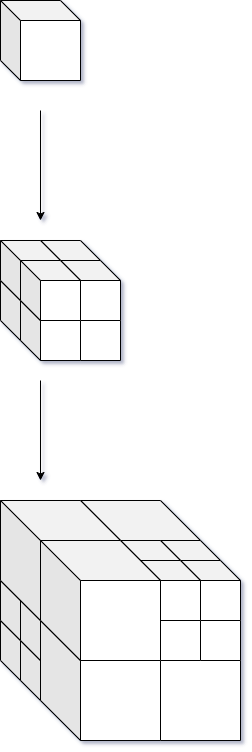
Before: draws/octree1.png, a diagram exported from draw.io (cozmo-zh/zearches). Source tidied: cells renumbered, new cells last; positions are measured from the earlier drawing's top-left corner, leaving out a move shared by most shapes.
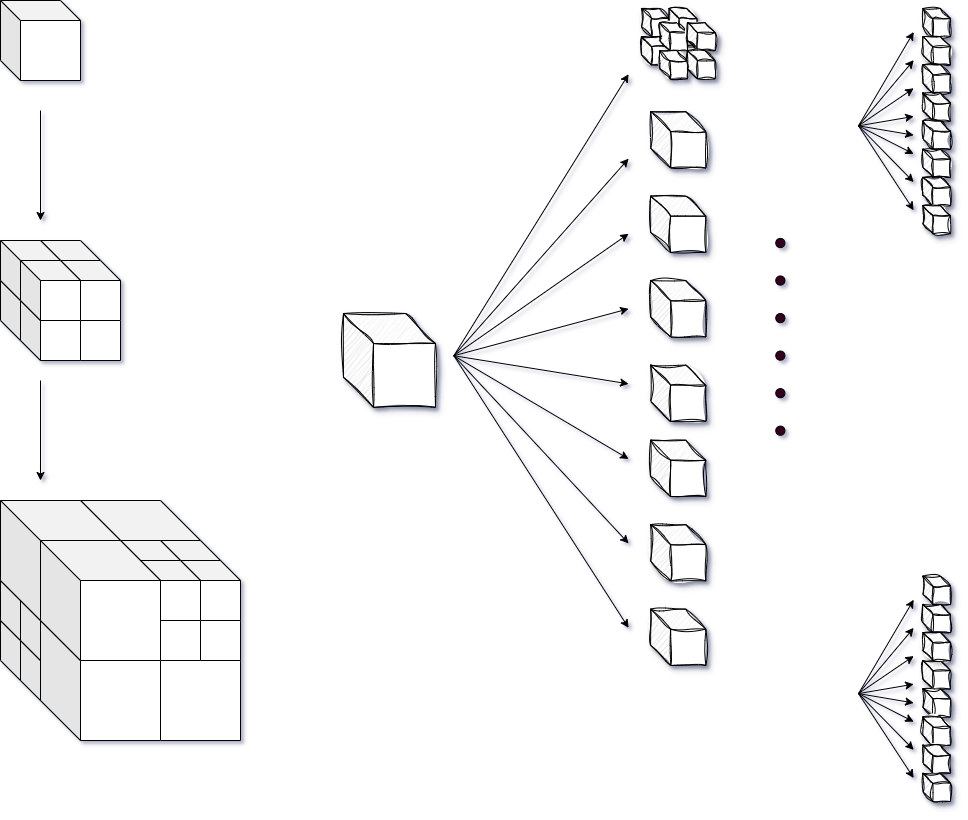
Later version of the same file.

What changed in the source:
```diff
@@ -140,5 +140,293 @@
     <mxCell id="45" style="shape=cube;whiteSpace=wrap;html=1;boundedLbl=1;backgroundOutline=1;darkOpacity=0.05;darkOpacity2=0.1;size=40;" parent="31" vertex="1">
       <mxGeometry x="40" y="40" width="120" height="120" as="geometry" />
     </mxCell>
+    <mxCell id="46" style="group;" parent="1" vertex="1">
+      <mxGeometry x="343" y="8" width="607" height="793" as="geometry" />
+    </mxCell>
+    <mxCell id="47" style="group;sketch=1;curveFitting=1;jiggle=2;shadow=1;" parent="46" vertex="1">
+      <mxGeometry x="298" width="73.6" height="70.4" as="geometry" />
+    </mxCell>
+    <mxCell id="48" style="shape=cube;whiteSpace=wrap;html=1;boundedLbl=1;backgroundOutline=1;darkOpacity=0.05;darkOpacity2=0.1;size=10;sketch=1;curveFitting=1;jiggle=2;shadow=1;" parent="47" vertex="1">
+      <mxGeometry width="27.6" height="28.2" as="geometry" />
+    </mxCell>
+    <mxCell id="49" style="shape=cube;whiteSpace=wrap;html=1;boundedLbl=1;backgroundOutline=1;darkOpacity=0.05;darkOpacity2=0.1;size=10;sketch=1;curveFitting=1;jiggle=2;shadow=1;" parent="47" vertex="1">
+      <mxGeometry x="27.6" width="27.6" height="28.2" as="geometry" />
+    </mxCell>
+    <mxCell id="50" style="shape=cube;whiteSpace=wrap;html=1;boundedLbl=1;backgroundOutline=1;darkOpacity=0.05;darkOpacity2=0.1;size=10;sketch=1;curveFitting=1;jiggle=2;shadow=1;" parent="47" vertex="1">
+      <mxGeometry y="28.2" width="27.6" height="28.2" as="geometry" />
+    </mxCell>
+    <mxCell id="51" style="shape=cube;whiteSpace=wrap;html=1;boundedLbl=1;backgroundOutline=1;darkOpacity=0.05;darkOpacity2=0.1;size=10;sketch=1;curveFitting=1;jiggle=2;shadow=1;" parent="47" vertex="1">
+      <mxGeometry x="27.6" y="28.2" width="27.6" height="28.2" as="geometry" />
+    </mxCell>
+    <mxCell id="52" style="group;sketch=1;curveFitting=1;jiggle=2;shadow=1;" parent="47" vertex="1">
+      <mxGeometry x="18.4" y="14.1" width="55.2" height="56.3" as="geometry" />
+    </mxCell>
+    <mxCell id="53" style="shape=cube;whiteSpace=wrap;html=1;boundedLbl=1;backgroundOutline=1;darkOpacity=0.05;darkOpacity2=0.1;size=10;sketch=1;curveFitting=1;jiggle=2;shadow=1;" parent="52" vertex="1">
+      <mxGeometry width="27.6" height="28.2" as="geometry" />
+    </mxCell>
+    <mxCell id="54" style="shape=cube;whiteSpace=wrap;html=1;boundedLbl=1;backgroundOutline=1;darkOpacity=0.05;darkOpacity2=0.1;size=10;sketch=1;curveFitting=1;jiggle=2;shadow=1;" parent="52" vertex="1">
+      <mxGeometry x="27.6" width="27.6" height="28.2" as="geometry" />
+    </mxCell>
+    <mxCell id="55" style="shape=cube;whiteSpace=wrap;html=1;boundedLbl=1;backgroundOutline=1;darkOpacity=0.05;darkOpacity2=0.1;size=10;sketch=1;curveFitting=1;jiggle=2;shadow=1;" parent="52" vertex="1">
+      <mxGeometry y="28.2" width="27.6" height="28.2" as="geometry" />
+    </mxCell>
+    <mxCell id="56" style="shape=cube;whiteSpace=wrap;html=1;boundedLbl=1;backgroundOutline=1;darkOpacity=0.05;darkOpacity2=0.1;size=10;sketch=1;curveFitting=1;jiggle=2;shadow=1;" parent="52" vertex="1">
+      <mxGeometry x="27.6" y="28.2" width="27.6" height="28.2" as="geometry" />
+    </mxCell>
+    <mxCell id="57" style="group;" parent="46" vertex="1">
+      <mxGeometry x="432.3" y="229.9" width="9.2" height="197.1" as="geometry" />
+    </mxCell>
+    <mxCell id="58" style="ellipse;whiteSpace=wrap;html=1;fillColor=#33001A;" parent="57" vertex="1">
+      <mxGeometry width="9.2" height="9.2" as="geometry" />
+    </mxCell>
+    <mxCell id="59" style="ellipse;whiteSpace=wrap;html=1;fillColor=#33001A;" parent="57" vertex="1">
+      <mxGeometry y="37.5" width="9.2" height="9.2" as="geometry" />
+    </mxCell>
+    <mxCell id="60" style="ellipse;whiteSpace=wrap;html=1;fillColor=#33001A;" parent="57" vertex="1">
+      <mxGeometry y="75.1" width="9.2" height="9.2" as="geometry" />
+    </mxCell>
+    <mxCell id="61" style="ellipse;whiteSpace=wrap;html=1;fillColor=#33001A;" parent="57" vertex="1">
+      <mxGeometry y="112.6" width="9.2" height="9.2" as="geometry" />
+    </mxCell>
+    <mxCell id="62" style="ellipse;whiteSpace=wrap;html=1;fillColor=#33001A;" parent="57" vertex="1">
+      <mxGeometry y="150.2" width="9.2" height="9.2" as="geometry" />
+    </mxCell>
+    <mxCell id="63" style="ellipse;whiteSpace=wrap;html=1;fillColor=#33001A;" parent="57" vertex="1">
+      <mxGeometry y="187.7" width="9.2" height="9.2" as="geometry" />
+    </mxCell>
+    <mxCell id="64" style="group;" parent="46" vertex="1">
+      <mxGeometry x="515" width="92" height="225.2" as="geometry" />
+    </mxCell>
+    <mxCell id="65" style="group;" parent="64" vertex="1">
+      <mxGeometry x="64.4" width="27.6" height="112.6" as="geometry" />
+    </mxCell>
+    <mxCell id="66" style="shape=cube;whiteSpace=wrap;html=1;boundedLbl=1;backgroundOutline=1;darkOpacity=0.05;darkOpacity2=0.1;size=10;sketch=1;curveFitting=1;jiggle=2;shadow=1;" parent="65" vertex="1">
+      <mxGeometry width="27.6" height="28.2" as="geometry" />
+    </mxCell>
+    <mxCell id="67" style="shape=cube;whiteSpace=wrap;html=1;boundedLbl=1;backgroundOutline=1;darkOpacity=0.05;darkOpacity2=0.1;size=10;sketch=1;curveFitting=1;jiggle=2;shadow=1;" parent="65" vertex="1">
+      <mxGeometry y="28.2" width="27.6" height="28.2" as="geometry" />
+    </mxCell>
+    <mxCell id="68" style="shape=cube;whiteSpace=wrap;html=1;boundedLbl=1;backgroundOutline=1;darkOpacity=0.05;darkOpacity2=0.1;size=10;sketch=1;curveFitting=1;jiggle=2;shadow=1;" parent="65" vertex="1">
+      <mxGeometry y="56.3" width="27.6" height="28.2" as="geometry" />
+    </mxCell>
+    <mxCell id="69" style="shape=cube;whiteSpace=wrap;html=1;boundedLbl=1;backgroundOutline=1;darkOpacity=0.05;darkOpacity2=0.1;size=10;sketch=1;curveFitting=1;jiggle=2;shadow=1;" parent="65" vertex="1">
+      <mxGeometry y="84.5" width="27.6" height="28.2" as="geometry" />
+    </mxCell>
+    <mxCell id="70" style="group;" parent="64" vertex="1">
+      <mxGeometry x="64.4" y="112.6" width="27.6" height="112.6" as="geometry" />
+    </mxCell>
+    <mxCell id="71" style="shape=cube;whiteSpace=wrap;html=1;boundedLbl=1;backgroundOutline=1;darkOpacity=0.05;darkOpacity2=0.1;size=10;sketch=1;curveFitting=1;jiggle=2;shadow=1;" parent="70" vertex="1">
+      <mxGeometry width="27.6" height="28.2" as="geometry" />
+    </mxCell>
+    <mxCell id="72" style="shape=cube;whiteSpace=wrap;html=1;boundedLbl=1;backgroundOutline=1;darkOpacity=0.05;darkOpacity2=0.1;size=10;sketch=1;curveFitting=1;jiggle=2;shadow=1;" parent="70" vertex="1">
+      <mxGeometry y="28.2" width="27.6" height="28.2" as="geometry" />
+    </mxCell>
+    <mxCell id="73" style="shape=cube;whiteSpace=wrap;html=1;boundedLbl=1;backgroundOutline=1;darkOpacity=0.05;darkOpacity2=0.1;size=10;sketch=1;curveFitting=1;jiggle=2;shadow=1;" parent="70" vertex="1">
+      <mxGeometry y="56.3" width="27.6" height="28.2" as="geometry" />
+    </mxCell>
+    <mxCell id="74" style="shape=cube;whiteSpace=wrap;html=1;boundedLbl=1;backgroundOutline=1;darkOpacity=0.05;darkOpacity2=0.1;size=10;sketch=1;curveFitting=1;jiggle=2;shadow=1;" parent="70" vertex="1">
+      <mxGeometry y="84.5" width="27.6" height="28.2" as="geometry" />
+    </mxCell>
+    <mxCell id="75" style="endArrow=classic;html=1;rounded=0;" parent="64" edge="1">
+      <mxGeometry relative="1" as="geometry">
+        <mxPoint y="117.3" as="sourcePoint" />
+        <mxPoint x="55.2" y="23.5" as="targetPoint" />
+      </mxGeometry>
+    </mxCell>
+    <mxCell id="76" style="endArrow=classic;html=1;rounded=0;" parent="64" edge="1">
+      <mxGeometry relative="1" as="geometry">
+        <mxPoint y="117.3" as="sourcePoint" />
+        <mxPoint x="55.2" y="51.6" as="targetPoint" />
+      </mxGeometry>
+    </mxCell>
+    <mxCell id="77" style="endArrow=classic;html=1;rounded=0;" parent="64" edge="1">
+      <mxGeometry relative="1" as="geometry">
+        <mxPoint y="117.3" as="sourcePoint" />
+        <mxPoint x="55.2" y="79.8" as="targetPoint" />
+      </mxGeometry>
+    </mxCell>
+    <mxCell id="78" style="endArrow=classic;html=1;rounded=0;" parent="64" edge="1">
+      <mxGeometry relative="1" as="geometry">
+        <mxPoint y="117.3" as="sourcePoint" />
+        <mxPoint x="55.2" y="107.9" as="targetPoint" />
+      </mxGeometry>
+    </mxCell>
+    <mxCell id="79" style="endArrow=classic;html=1;rounded=0;" parent="64" edge="1">
+      <mxGeometry relative="1" as="geometry">
+        <mxPoint y="117.3" as="sourcePoint" />
+        <mxPoint x="55.2" y="126.7" as="targetPoint" />
+      </mxGeometry>
+    </mxCell>
+    <mxCell id="80" style="endArrow=classic;html=1;rounded=0;" parent="64" edge="1">
+      <mxGeometry relative="1" as="geometry">
+        <mxPoint y="117.3" as="sourcePoint" />
+        <mxPoint x="55.2" y="145.5" as="targetPoint" />
+      </mxGeometry>
+    </mxCell>
+    <mxCell id="81" style="endArrow=classic;html=1;rounded=0;" parent="64" edge="1">
+      <mxGeometry relative="1" as="geometry">
+        <mxPoint y="117.3" as="sourcePoint" />
+        <mxPoint x="55.2" y="173.6" as="targetPoint" />
+      </mxGeometry>
+    </mxCell>
+    <mxCell id="82" style="endArrow=classic;html=1;rounded=0;" parent="64" edge="1">
+      <mxGeometry relative="1" as="geometry">
+        <mxPoint y="117.3" as="sourcePoint" />
+        <mxPoint x="55.2" y="201.8" as="targetPoint" />
+      </mxGeometry>
+    </mxCell>
+    <mxCell id="83" style="group;" parent="46" vertex="1">
+      <mxGeometry x="579.4" y="567.8" width="27.6" height="112.6" as="geometry" />
+    </mxCell>
+    <mxCell id="84" style="shape=cube;whiteSpace=wrap;html=1;boundedLbl=1;backgroundOutline=1;darkOpacity=0.05;darkOpacity2=0.1;size=10;sketch=1;curveFitting=1;jiggle=2;shadow=1;" parent="83" vertex="1">
+      <mxGeometry width="27.6" height="28.2" as="geometry" />
+    </mxCell>
+    <mxCell id="85" style="shape=cube;whiteSpace=wrap;html=1;boundedLbl=1;backgroundOutline=1;darkOpacity=0.05;darkOpacity2=0.1;size=10;sketch=1;curveFitting=1;jiggle=2;shadow=1;" parent="83" vertex="1">
+      <mxGeometry y="28.2" width="27.6" height="28.2" as="geometry" />
+    </mxCell>
+    <mxCell id="86" style="shape=cube;whiteSpace=wrap;html=1;boundedLbl=1;backgroundOutline=1;darkOpacity=0.05;darkOpacity2=0.1;size=10;sketch=1;curveFitting=1;jiggle=2;shadow=1;" parent="83" vertex="1">
+      <mxGeometry y="84.5" width="27.6" height="28.2" as="geometry" />
+    </mxCell>
+    <mxCell id="87" style="shape=cube;whiteSpace=wrap;html=1;boundedLbl=1;backgroundOutline=1;darkOpacity=0.05;darkOpacity2=0.1;size=10;sketch=1;curveFitting=1;jiggle=2;shadow=1;" parent="83" vertex="1">
+      <mxGeometry y="56.3" width="27.6" height="28.2" as="geometry" />
+    </mxCell>
+    <mxCell id="88" style="group;" parent="46" vertex="1">
+      <mxGeometry x="579.4" y="680.4" width="27.6" height="112.6" as="geometry" />
+    </mxCell>
+    <mxCell id="89" style="shape=cube;whiteSpace=wrap;html=1;boundedLbl=1;backgroundOutline=1;darkOpacity=0.05;darkOpacity2=0.1;size=10;sketch=1;curveFitting=1;jiggle=2;shadow=1;" parent="88" vertex="1">
+      <mxGeometry width="27.6" height="28.2" as="geometry" />
+    </mxCell>
+    <mxCell id="90" style="shape=cube;whiteSpace=wrap;html=1;boundedLbl=1;backgroundOutline=1;darkOpacity=0.05;darkOpacity2=0.1;size=10;sketch=1;curveFitting=1;jiggle=2;shadow=1;" parent="88" vertex="1">
+      <mxGeometry y="28.2" width="27.6" height="28.2" as="geometry" />
+    </mxCell>
+    <mxCell id="91" style="shape=cube;whiteSpace=wrap;html=1;boundedLbl=1;backgroundOutline=1;darkOpacity=0.05;darkOpacity2=0.1;size=10;sketch=1;curveFitting=1;jiggle=2;shadow=1;" parent="88" vertex="1">
+      <mxGeometry y="56.3" width="27.6" height="28.2" as="geometry" />
+    </mxCell>
+    <mxCell id="92" style="shape=cube;whiteSpace=wrap;html=1;boundedLbl=1;backgroundOutline=1;darkOpacity=0.05;darkOpacity2=0.1;size=10;sketch=1;curveFitting=1;jiggle=2;shadow=1;" parent="88" vertex="1">
+      <mxGeometry y="84.5" width="27.6" height="28.2" as="geometry" />
+    </mxCell>
+    <mxCell id="93" style="endArrow=classic;html=1;rounded=0;" parent="46" edge="1">
+      <mxGeometry relative="1" as="geometry">
+        <mxPoint x="515" y="685.1" as="sourcePoint" />
+        <mxPoint x="570.2" y="591.2" as="targetPoint" />
+      </mxGeometry>
+    </mxCell>
+    <mxCell id="94" style="endArrow=classic;html=1;rounded=0;" parent="46" edge="1">
+      <mxGeometry relative="1" as="geometry">
+        <mxPoint x="515" y="685.1" as="sourcePoint" />
+        <mxPoint x="570.2" y="619.4" as="targetPoint" />
+      </mxGeometry>
+    </mxCell>
+    <mxCell id="95" style="endArrow=classic;html=1;rounded=0;" parent="46" edge="1">
+      <mxGeometry relative="1" as="geometry">
+        <mxPoint x="515" y="685.1" as="sourcePoint" />
+        <mxPoint x="570.2" y="647.5" as="targetPoint" />
+      </mxGeometry>
+    </mxCell>
+    <mxCell id="96" style="endArrow=classic;html=1;rounded=0;" parent="46" edge="1">
+      <mxGeometry relative="1" as="geometry">
+        <mxPoint x="515" y="685.1" as="sourcePoint" />
+        <mxPoint x="570.2" y="675.7" as="targetPoint" />
+      </mxGeometry>
+    </mxCell>
+    <mxCell id="97" style="endArrow=classic;html=1;rounded=0;" parent="46" edge="1">
+      <mxGeometry relative="1" as="geometry">
+        <mxPoint x="515" y="685.1" as="sourcePoint" />
+        <mxPoint x="570.2" y="694.5" as="targetPoint" />
+      </mxGeometry>
+    </mxCell>
+    <mxCell id="98" style="endArrow=classic;html=1;rounded=0;" parent="46" edge="1">
+      <mxGeometry relative="1" as="geometry">
+        <mxPoint x="515" y="685.1" as="sourcePoint" />
+        <mxPoint x="570.2" y="713.2" as="targetPoint" />
+      </mxGeometry>
+    </mxCell>
+    <mxCell id="99" style="endArrow=classic;html=1;rounded=0;" parent="46" edge="1">
+      <mxGeometry relative="1" as="geometry">
+        <mxPoint x="515" y="685.1" as="sourcePoint" />
+        <mxPoint x="570.2" y="741.4" as="targetPoint" />
+      </mxGeometry>
+    </mxCell>
+    <mxCell id="100" style="endArrow=classic;html=1;rounded=0;" parent="46" edge="1">
+      <mxGeometry relative="1" as="geometry">
+        <mxPoint x="515" y="685.1" as="sourcePoint" />
+        <mxPoint x="570.2" y="769.5" as="targetPoint" />
+      </mxGeometry>
+    </mxCell>
+    <mxCell id="101" style="group;" parent="46" vertex="1">
+      <mxGeometry y="65.7" width="362.4" height="591.2" as="geometry" />
+    </mxCell>
+    <mxCell id="102" style="shape=cube;whiteSpace=wrap;html=1;boundedLbl=1;backgroundOutline=1;darkOpacity=0.05;darkOpacity2=0.1;size=30;shadow=1;sketch=1;curveFitting=1;jiggle=2;" parent="101" vertex="1">
+      <mxGeometry y="239.3" width="92" height="93.8" as="geometry" />
+    </mxCell>
+    <mxCell id="103" style="shape=cube;whiteSpace=wrap;html=1;boundedLbl=1;backgroundOutline=1;darkOpacity=0.05;darkOpacity2=0.1;size=20;sketch=1;curveFitting=1;jiggle=2;shadow=1;" parent="101" vertex="1">
+      <mxGeometry x="307.2" y="37.5" width="55.2" height="56.3" as="geometry" />
+    </mxCell>
+    <mxCell id="104" style="shape=cube;whiteSpace=wrap;html=1;boundedLbl=1;backgroundOutline=1;darkOpacity=0.05;darkOpacity2=0.1;size=20;sketch=1;curveFitting=1;jiggle=2;shadow=1;" parent="101" vertex="1">
+      <mxGeometry x="307.2" y="122" width="55.2" height="56.3" as="geometry" />
+    </mxCell>
+    <mxCell id="105" style="shape=cube;whiteSpace=wrap;html=1;boundedLbl=1;backgroundOutline=1;darkOpacity=0.05;darkOpacity2=0.1;size=20;sketch=1;curveFitting=1;jiggle=2;shadow=1;" parent="101" vertex="1">
+      <mxGeometry x="307.2" y="206.5" width="55.2" height="56.3" as="geometry" />
+    </mxCell>
+    <mxCell id="106" style="shape=cube;whiteSpace=wrap;html=1;boundedLbl=1;backgroundOutline=1;darkOpacity=0.05;darkOpacity2=0.1;size=20;sketch=1;curveFitting=1;jiggle=2;shadow=1;" parent="101" vertex="1">
+      <mxGeometry x="307.2" y="290.9" width="55.2" height="56.3" as="geometry" />
+    </mxCell>
+    <mxCell id="107" style="shape=cube;whiteSpace=wrap;html=1;boundedLbl=1;backgroundOutline=1;darkOpacity=0.05;darkOpacity2=0.1;size=20;sketch=1;curveFitting=1;jiggle=2;shadow=1;" parent="101" vertex="1">
+      <mxGeometry x="307.2" y="366" width="55.2" height="56.3" as="geometry" />
+    </mxCell>
+    <mxCell id="108" style="shape=cube;whiteSpace=wrap;html=1;boundedLbl=1;backgroundOutline=1;darkOpacity=0.05;darkOpacity2=0.1;size=20;sketch=1;curveFitting=1;jiggle=2;shadow=1;" parent="101" vertex="1">
+      <mxGeometry x="307.2" y="450.5" width="55.2" height="56.3" as="geometry" />
+    </mxCell>
+    <mxCell id="109" style="shape=cube;whiteSpace=wrap;html=1;boundedLbl=1;backgroundOutline=1;darkOpacity=0.05;darkOpacity2=0.1;size=20;sketch=1;curveFitting=1;jiggle=2;shadow=1;" parent="101" vertex="1">
+      <mxGeometry x="307.2" y="534.9" width="55.2" height="56.3" as="geometry" />
+    </mxCell>
+    <mxCell id="110" style="edgeStyle=none;orthogonalLoop=1;jettySize=auto;html=1;rounded=0;" parent="101" edge="1">
+      <mxGeometry relative="1" as="geometry">
+        <mxPoint x="110.4" y="281.5" as="sourcePoint" />
+        <mxPoint x="285.1" as="targetPoint" />
+      </mxGeometry>
+    </mxCell>
+    <mxCell id="111" style="edgeStyle=none;orthogonalLoop=1;jettySize=auto;html=1;rounded=0;" parent="101" edge="1">
+      <mxGeometry relative="1" as="geometry">
+        <mxPoint x="110.4" y="281.5" as="sourcePoint" />
+        <mxPoint x="285.1" y="84.5" as="targetPoint" />
+      </mxGeometry>
+    </mxCell>
+    <mxCell id="112" style="edgeStyle=none;orthogonalLoop=1;jettySize=auto;html=1;rounded=0;" parent="101" edge="1">
+      <mxGeometry relative="1" as="geometry">
+        <mxPoint x="110.4" y="281.5" as="sourcePoint" />
+        <mxPoint x="285.1" y="159.5" as="targetPoint" />
+      </mxGeometry>
+    </mxCell>
+    <mxCell id="113" style="edgeStyle=none;orthogonalLoop=1;jettySize=auto;html=1;rounded=0;" parent="101" edge="1">
+      <mxGeometry relative="1" as="geometry">
+        <mxPoint x="110.4" y="281.5" as="sourcePoint" />
+        <mxPoint x="285.1" y="234.6" as="targetPoint" />
+      </mxGeometry>
+    </mxCell>
+    <mxCell id="114" style="edgeStyle=none;orthogonalLoop=1;jettySize=auto;html=1;rounded=0;" parent="101" edge="1">
+      <mxGeometry relative="1" as="geometry">
+        <mxPoint x="110.4" y="281.5" as="sourcePoint" />
+        <mxPoint x="285.1" y="309.7" as="targetPoint" />
+      </mxGeometry>
+    </mxCell>
+    <mxCell id="115" style="edgeStyle=none;orthogonalLoop=1;jettySize=auto;html=1;rounded=0;" parent="101" edge="1">
+      <mxGeometry relative="1" as="geometry">
+        <mxPoint x="110.4" y="281.5" as="sourcePoint" />
+        <mxPoint x="285.1" y="384.8" as="targetPoint" />
+      </mxGeometry>
+    </mxCell>
+    <mxCell id="116" style="edgeStyle=none;orthogonalLoop=1;jettySize=auto;html=1;rounded=0;" parent="101" edge="1">
+      <mxGeometry relative="1" as="geometry">
+        <mxPoint x="110.4" y="281.5" as="sourcePoint" />
+        <mxPoint x="285.1" y="469.2" as="targetPoint" />
+      </mxGeometry>
+    </mxCell>
+    <mxCell id="117" style="edgeStyle=none;orthogonalLoop=1;jettySize=auto;html=1;rounded=0;" parent="101" edge="1">
+      <mxGeometry relative="1" as="geometry">
+        <mxPoint x="110.4" y="281.5" as="sourcePoint" />
+        <mxPoint x="285.1" y="553.7" as="targetPoint" />
+      </mxGeometry>
+    </mxCell>
   </root>
 </mxGraphModel>
```
